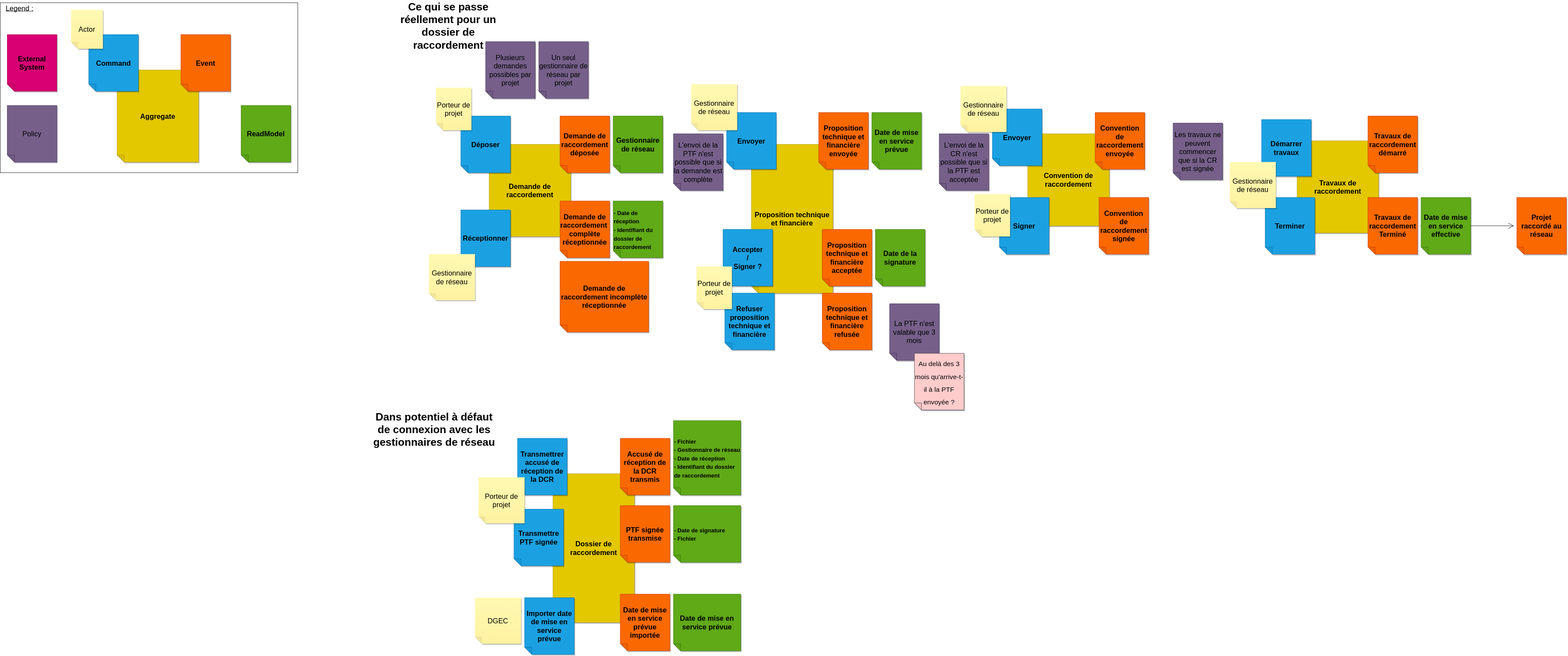
Earlier version of the draw.io export docs/event-stormings/raccordement.drawio.svg (MTES-MCT/potentiel). Source tidied: cells renumbered, new cells last; positions are measured from the earlier drawing's top-left corner, leaving out a move shared by most shapes.
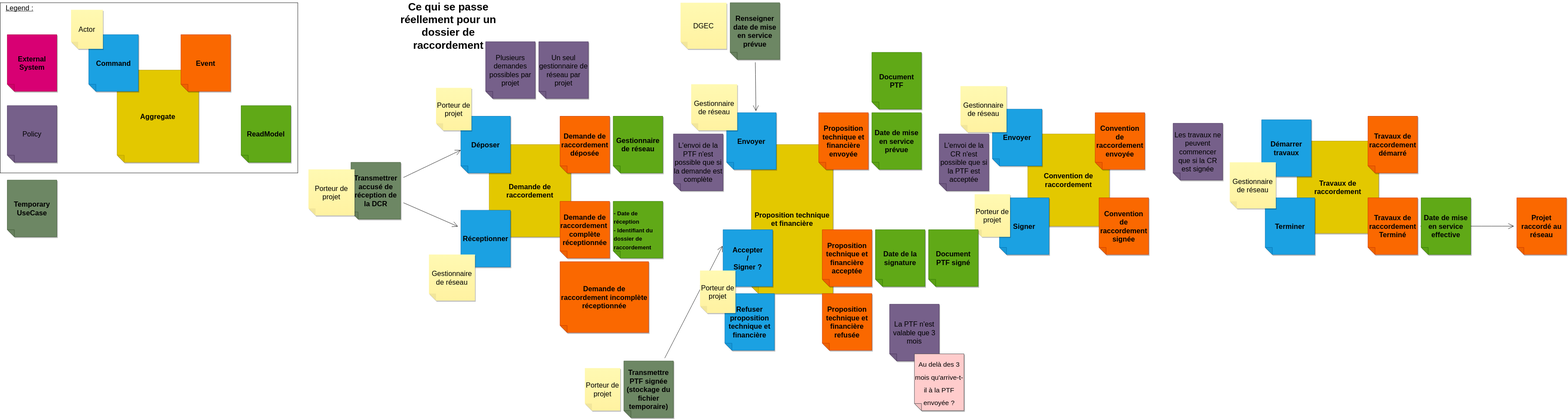
After the commit.

Commit message:
📝 Ajout des use case temporaire pour palier au manque des gestionnaires de reseau

Change to the diagram source:
```diff
@@ -90,7 +90,7 @@
       <mxGeometry x="2045" y="820" width="140" height="160" as="geometry" />
     </mxCell>
     <mxCell id="31" value="Porteur de projet" style="shape=note;whiteSpace=wrap;html=1;backgroundOutline=1;fontColor=#000000;darkOpacity=0.05;fillColor=#FFF9B2;strokeColor=none;fillStyle=solid;direction=west;gradientDirection=north;gradientColor=#FFF2A1;shadow=1;size=20;fontSize=20;" parent="1" vertex="1">
-      <mxGeometry x="1965" y="745" width="100" height="120" as="geometry" />
+      <mxGeometry x="1650" y="1030" width="100" height="120" as="geometry" />
     </mxCell>
     <mxCell id="32" value="&lt;span style=&quot;font-size: 20px;&quot;&gt;&lt;b&gt;Proposition technique et financière refusée&lt;/b&gt;&lt;/span&gt;" style="shape=note;whiteSpace=wrap;html=1;backgroundOutline=1;darkOpacity=0.05;fillColor=#fa6800;strokeColor=#C73500;fillStyle=solid;direction=west;gradientDirection=north;shadow=1;size=20;fontColor=#000000;" parent="1" vertex="1">
       <mxGeometry x="2320" y="820" width="140" height="160" as="geometry" />
@@ -164,44 +164,44 @@
     <mxCell id="55" value="&lt;b&gt;&lt;font color=&quot;#000000&quot;&gt;Date de mise en service effective&lt;/font&gt;&lt;/b&gt;" style="shape=note;whiteSpace=wrap;html=1;backgroundOutline=1;fontColor=#ffffff;darkOpacity=0.05;fillColor=#60a917;strokeColor=#2D7600;fillStyle=solid;direction=west;gradientDirection=north;shadow=1;size=20;fontSize=20;" parent="1" vertex="1">
       <mxGeometry x="4010" y="550" width="140" height="160" as="geometry" />
     </mxCell>
-    <mxCell id="56" value="&lt;b&gt;Dossier de raccordement&lt;/b&gt;" style="shape=note;whiteSpace=wrap;html=1;backgroundOutline=1;darkOpacity=0.05;fillColor=#e3c800;strokeColor=#B09500;fillStyle=solid;direction=west;gradientDirection=north;shadow=1;size=20;fontSize=20;fontColor=#000000;" parent="1" vertex="1">
-      <mxGeometry x="1560" y="1330" width="230" height="420" as="geometry" />
-    </mxCell>
+    <mxCell id="69" style="edgeStyle=none;curved=1;rounded=0;jettySize=auto;html=1;entryX=1;entryY=0.403;entryDx=0;entryDy=0;entryPerimeter=0;fontSize=30;endArrow=open;startSize=14;endSize=14;sourcePerimeterSpacing=8;targetPerimeterSpacing=8;" parent="1" edge="1" source="57" target="19">
+      <mxGeometry relative="1" as="geometry" />
+    </mxCell>
+    <mxCell id="70" style="edgeStyle=none;curved=1;rounded=0;jettySize=auto;html=1;fontSize=30;endArrow=open;startSize=14;endSize=14;sourcePerimeterSpacing=8;targetPerimeterSpacing=8;" parent="1" edge="1" source="57" target="22">
+      <mxGeometry relative="1" as="geometry" />
+    </mxCell>
-    <mxCell id="57" value="&lt;font color=&quot;#000000&quot;&gt;&lt;b&gt;Transmettrer accusé de réception de la DCR&lt;/b&gt;&lt;/font&gt;" style="shape=note;whiteSpace=wrap;html=1;backgroundOutline=1;darkOpacity=0.05;fillColor=#1ba1e2;strokeColor=#006EAF;fillStyle=solid;direction=west;gradientDirection=north;shadow=1;size=20;fontSize=20;fontColor=#ffffff;" parent="1" vertex="1">
-      <mxGeometry x="1460" y="1230" width="140" height="160" as="geometry" />
+    <mxCell id="57" value="&lt;font color=&quot;#000000&quot;&gt;&lt;b&gt;Transmettrer accusé de réception de la DCR&lt;/b&gt;&lt;/font&gt;" style="shape=note;whiteSpace=wrap;html=1;backgroundOutline=1;darkOpacity=0.05;fillColor=#6d8764;strokeColor=#3A5431;fillStyle=solid;direction=west;gradientDirection=north;shadow=1;size=20;fontSize=20;fontColor=#ffffff;" parent="1" vertex="1">
+      <mxGeometry x="990" y="450" width="140" height="160" as="geometry" />
     </mxCell>
-    <mxCell id="58" value="&lt;span style=&quot;font-size: 20px;&quot;&gt;&lt;b&gt;Accusé de réception de la DCR transmis&lt;/b&gt;&lt;/span&gt;" style="shape=note;whiteSpace=wrap;html=1;backgroundOutline=1;darkOpacity=0.05;fillColor=#fa6800;strokeColor=#C73500;fillStyle=solid;direction=west;gradientDirection=north;shadow=1;size=20;fontColor=#000000;" parent="1" vertex="1">
-      <mxGeometry x="1750" y="1230" width="140" height="160" as="geometry" />
-    </mxCell>
-    <mxCell id="59" value="&lt;b style=&quot;font-size: 16px;&quot;&gt;&lt;font style=&quot;font-size: 16px;&quot; color=&quot;#000000&quot;&gt;- Fichier&lt;br&gt;- Gestionnaire de réseau&lt;br&gt;- Date de réception&lt;br&gt;- Identifiant du dossier de raccordement&lt;/font&gt;&lt;/b&gt;" style="shape=note;whiteSpace=wrap;html=1;backgroundOutline=1;fontColor=#ffffff;darkOpacity=0.05;fillColor=#60a917;strokeColor=#2D7600;fillStyle=solid;direction=west;gradientDirection=north;shadow=1;size=20;fontSize=20;align=left;" parent="1" vertex="1">
-      <mxGeometry x="1900" y="1180" width="190" height="210" as="geometry" />
-    </mxCell>
+    <mxCell id="71" style="edgeStyle=none;curved=1;rounded=0;jettySize=auto;html=1;entryX=1.01;entryY=0.715;entryDx=0;entryDy=0;entryPerimeter=0;fontSize=30;endArrow=open;startSize=14;endSize=14;sourcePerimeterSpacing=8;targetPerimeterSpacing=8;" parent="1" edge="1" source="60" target="28">
+      <mxGeometry relative="1" as="geometry" />
+    </mxCell>
-    <mxCell id="60" value="&lt;font color=&quot;#000000&quot;&gt;&lt;b&gt;Transmettre PTF signée&lt;/b&gt;&lt;/font&gt;" style="shape=note;whiteSpace=wrap;html=1;backgroundOutline=1;darkOpacity=0.05;fillColor=#1ba1e2;strokeColor=#006EAF;fillStyle=solid;direction=west;gradientDirection=north;shadow=1;size=20;fontSize=20;fontColor=#ffffff;" parent="1" vertex="1">
-      <mxGeometry x="1450" y="1430" width="140" height="160" as="geometry" />
+    <mxCell id="60" value="&lt;font color=&quot;#000000&quot;&gt;&lt;b&gt;Transmettre PTF signée&lt;br&gt;(stockage du fichier temporaire)&lt;br&gt;&lt;/b&gt;&lt;/font&gt;" style="shape=note;whiteSpace=wrap;html=1;backgroundOutline=1;darkOpacity=0.05;fillColor=#6d8764;strokeColor=#3A5431;fillStyle=solid;direction=west;gradientDirection=north;shadow=1;size=20;fontSize=20;fontColor=#ffffff;" parent="1" vertex="1">
+      <mxGeometry x="1760" y="1010" width="140" height="160" as="geometry" />
     </mxCell>
     <mxCell id="61" value="&lt;div style=&quot;&quot;&gt;&lt;span style=&quot;background-color: initial;&quot;&gt;Porteur de projet&lt;/span&gt;&lt;/div&gt;" style="shape=note;whiteSpace=wrap;html=1;backgroundOutline=1;fontColor=#000000;darkOpacity=0.05;fillColor=#FFF9B2;strokeColor=none;fillStyle=solid;direction=west;gradientDirection=north;gradientColor=#FFF2A1;shadow=1;size=20;fontSize=20;align=center;" parent="1" vertex="1">
-      <mxGeometry x="1350" y="1340" width="130" height="130" as="geometry" />
+      <mxGeometry x="870" y="470" width="130" height="130" as="geometry" />
     </mxCell>
-    <mxCell id="62" value="&lt;span style=&quot;font-size: 20px;&quot;&gt;&lt;b&gt;PTF signée transmise&lt;/b&gt;&lt;/span&gt;" style="shape=note;whiteSpace=wrap;html=1;backgroundOutline=1;darkOpacity=0.05;fillColor=#fa6800;strokeColor=#C73500;fillStyle=solid;direction=west;gradientDirection=north;shadow=1;size=20;fontColor=#000000;" parent="1" vertex="1">
-      <mxGeometry x="1750" y="1420" width="140" height="160" as="geometry" />
-    </mxCell>
-    <mxCell id="63" value="&lt;font color=&quot;#000000&quot;&gt;&lt;span style=&quot;font-size: 16px;&quot;&gt;&lt;b&gt;- Date de signature&lt;br&gt;&lt;/b&gt;&lt;/span&gt;&lt;/font&gt;&lt;b style=&quot;border-color: var(--border-color); color: rgb(0, 0, 0); font-size: 16px;&quot;&gt;- Fichier&lt;/b&gt;" style="shape=note;whiteSpace=wrap;html=1;backgroundOutline=1;fontColor=#ffffff;darkOpacity=0.05;fillColor=#60a917;strokeColor=#2D7600;fillStyle=solid;direction=west;gradientDirection=north;shadow=1;size=20;fontSize=20;align=left;" parent="1" vertex="1">
-      <mxGeometry x="1900" y="1420" width="190" height="160" as="geometry" />
-    </mxCell>
+    <mxCell id="72" style="edgeStyle=none;curved=1;rounded=0;jettySize=auto;html=1;entryX=0.409;entryY=1.027;entryDx=0;entryDy=0;entryPerimeter=0;fontSize=30;endArrow=open;startSize=14;endSize=14;sourcePerimeterSpacing=8;targetPerimeterSpacing=8;" parent="1" edge="1" source="64" target="25">
+      <mxGeometry relative="1" as="geometry" />
+    </mxCell>
-    <mxCell id="64" value="&lt;font color=&quot;#000000&quot;&gt;&lt;b&gt;Importer date de mise en service prévue&lt;/b&gt;&lt;/font&gt;" style="shape=note;whiteSpace=wrap;html=1;backgroundOutline=1;darkOpacity=0.05;fillColor=#1ba1e2;strokeColor=#006EAF;fillStyle=solid;direction=west;gradientDirection=north;shadow=1;size=20;fontSize=20;fontColor=#ffffff;" parent="1" vertex="1">
-      <mxGeometry x="1480" y="1680" width="140" height="160" as="geometry" />
+    <mxCell id="64" value="&lt;font color=&quot;#000000&quot;&gt;&lt;b&gt;Renseigner date de mise en service prévue&lt;/b&gt;&lt;/font&gt;" style="shape=note;whiteSpace=wrap;html=1;backgroundOutline=1;darkOpacity=0.05;fillColor=#6d8764;strokeColor=#3A5431;fillStyle=solid;direction=west;gradientDirection=north;shadow=1;size=20;fontSize=20;fontColor=#ffffff;" parent="1" vertex="1">
+      <mxGeometry x="2060" width="140" height="160" as="geometry" />
     </mxCell>
-    <mxCell id="65" value="&lt;b&gt;&lt;font color=&quot;#000000&quot;&gt;Date de mise en service prévue&lt;/font&gt;&lt;/b&gt;" style="shape=note;whiteSpace=wrap;html=1;backgroundOutline=1;fontColor=#ffffff;darkOpacity=0.05;fillColor=#60a917;strokeColor=#2D7600;fillStyle=solid;direction=west;gradientDirection=north;shadow=1;size=20;fontSize=20;" parent="1" vertex="1">
-      <mxGeometry x="1900" y="1670" width="190" height="160" as="geometry" />
-    </mxCell>
-    <mxCell id="66" value="&lt;span style=&quot;font-size: 20px;&quot;&gt;&lt;b&gt;Date de mise en service prévue importée&lt;/b&gt;&lt;/span&gt;" style="shape=note;whiteSpace=wrap;html=1;backgroundOutline=1;darkOpacity=0.05;fillColor=#fa6800;strokeColor=#C73500;fillStyle=solid;direction=west;gradientDirection=north;shadow=1;size=20;fontColor=#000000;" parent="1" vertex="1">
-      <mxGeometry x="1750" y="1670" width="140" height="160" as="geometry" />
-    </mxCell>
-    <mxCell id="67" value="&lt;b&gt;&lt;font style=&quot;font-size: 30px;&quot;&gt;Dans potentiel à défaut de connexion avec les gestionnaires de réseau&lt;/font&gt;&lt;/b&gt;" style="text;strokeColor=none;fillColor=none;html=1;align=center;verticalAlign=middle;whiteSpace=wrap;rounded=0;fontSize=16;" parent="1" vertex="1">
-      <mxGeometry x="1050" y="1190" width="350" height="30" as="geometry" />
-    </mxCell>
     <mxCell id="68" value="&lt;div style=&quot;&quot;&gt;&lt;span style=&quot;background-color: initial;&quot;&gt;DGEC&lt;/span&gt;&lt;/div&gt;" style="shape=note;whiteSpace=wrap;html=1;backgroundOutline=1;fontColor=#000000;darkOpacity=0.05;fillColor=#FFF9B2;strokeColor=none;fillStyle=solid;direction=west;gradientDirection=north;gradientColor=#FFF2A1;shadow=1;size=20;fontSize=20;align=center;" parent="1" vertex="1">
-      <mxGeometry x="1340" y="1680" width="130" height="130" as="geometry" />
+      <mxGeometry x="1920" width="130" height="130" as="geometry" />
     </mxCell>
+    <mxCell id="73" value="Porteur de projet" style="shape=note;whiteSpace=wrap;html=1;backgroundOutline=1;fontColor=#000000;darkOpacity=0.05;fillColor=#FFF9B2;strokeColor=none;fillStyle=solid;direction=west;gradientDirection=north;gradientColor=#FFF2A1;shadow=1;size=20;fontSize=20;" parent="1" vertex="1">
+      <mxGeometry x="1975" y="755" width="100" height="120" as="geometry" />
+    </mxCell>
+    <mxCell id="74" value="&lt;font color=&quot;#000000&quot;&gt;&lt;b&gt;Temporary UseCase&lt;/b&gt;&lt;/font&gt;" style="shape=note;whiteSpace=wrap;html=1;backgroundOutline=1;darkOpacity=0.05;fillColor=#6d8764;strokeColor=#3A5431;fillStyle=solid;direction=west;gradientDirection=north;shadow=1;size=20;fontSize=20;fontColor=#ffffff;" parent="1" vertex="1">
+      <mxGeometry x="20" y="500" width="140" height="160" as="geometry" />
+    </mxCell>
+    <mxCell id="75" value="&lt;b&gt;&lt;font color=&quot;#000000&quot;&gt;Document&lt;br&gt;PTF&lt;br&gt;&lt;/font&gt;&lt;/b&gt;" style="shape=note;whiteSpace=wrap;html=1;backgroundOutline=1;fontColor=#ffffff;darkOpacity=0.05;fillColor=#60a917;strokeColor=#2D7600;fillStyle=solid;direction=west;gradientDirection=north;shadow=1;size=20;fontSize=20;" parent="1" vertex="1">
+      <mxGeometry x="2460" y="140" width="140" height="160" as="geometry" />
+    </mxCell>
+    <mxCell id="76" value="&lt;b&gt;&lt;font color=&quot;#000000&quot;&gt;Document&lt;br&gt;PTF signé&lt;br&gt;&lt;/font&gt;&lt;/b&gt;" style="shape=note;whiteSpace=wrap;html=1;backgroundOutline=1;fontColor=#ffffff;darkOpacity=0.05;fillColor=#60a917;strokeColor=#2D7600;fillStyle=solid;direction=west;gradientDirection=north;shadow=1;size=20;fontSize=20;" parent="1" vertex="1">
+      <mxGeometry x="2620" y="640" width="140" height="160" as="geometry" />
+    </mxCell>
   </root>
 </mxGraphModel>
```
